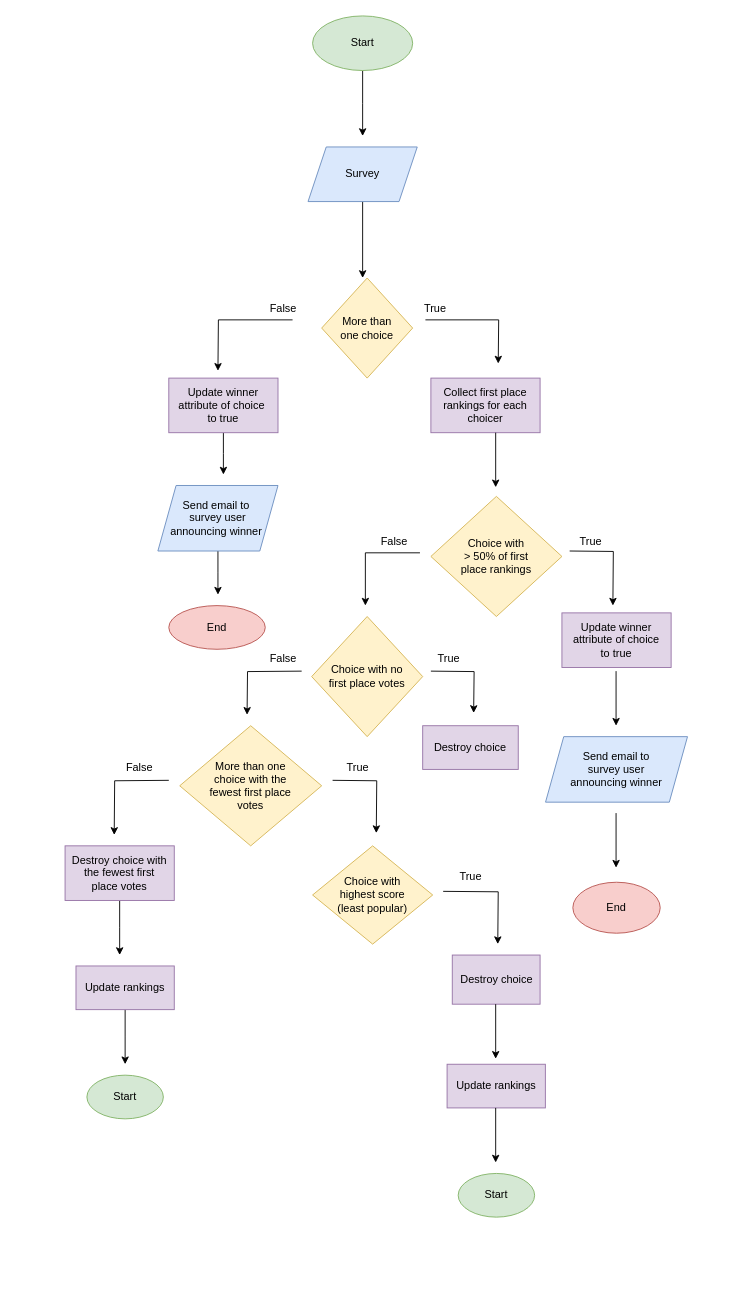
Before: Untitled Diagram.drawio in flylady2/rcs2-frontend, a draw.io diagram. Source tidied: cells renumbered, new cells numbered last; positions are measured from the earlier drawing's top-left corner, leaving out a move shared by most shapes. Both pictures are drawn from the tidied source at 91%, with x=0, y=0 at pixel (65, 15).
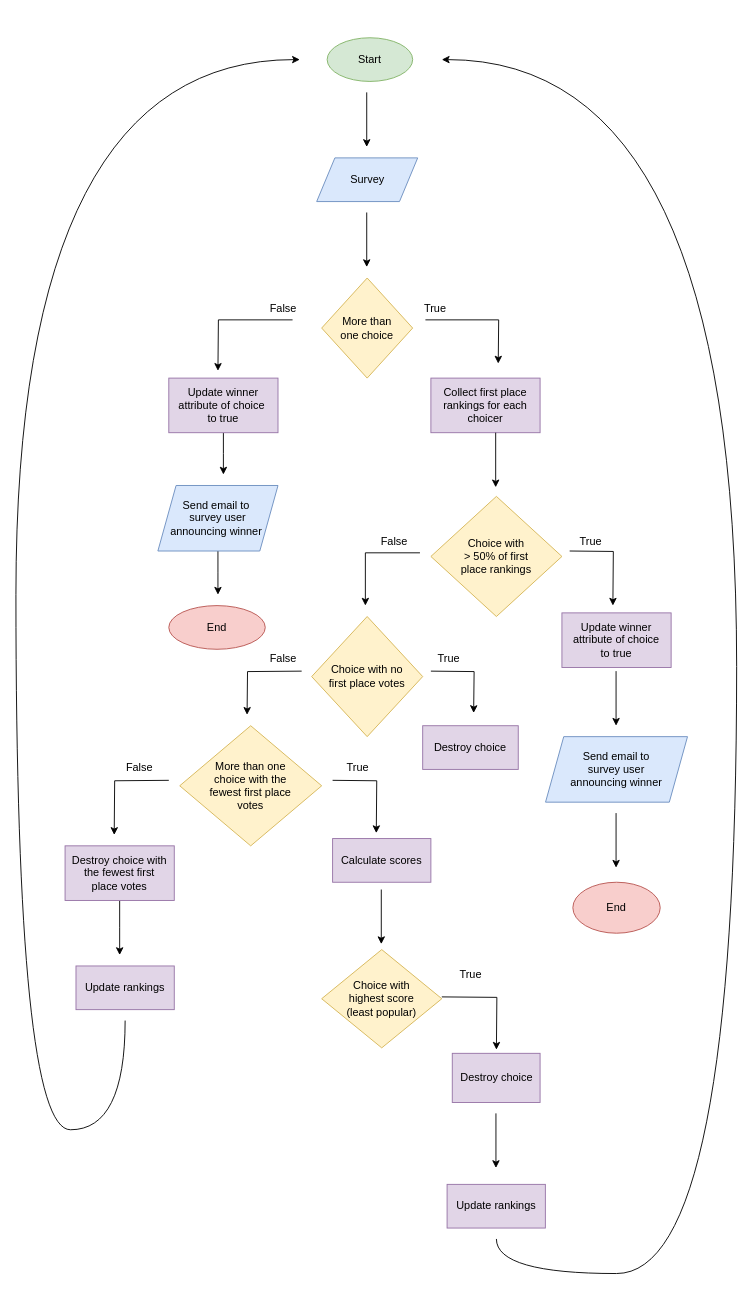
The same diagram, later.

The change refers to these unchanged cells:
```xml
<mxCell id="6" value="More than&lt;br&gt;one choice" style="rhombus;whiteSpace=wrap;html=1;fillColor=#fff2cc;strokeColor=#d6b656;" parent="1" vertex="1">
  <mxGeometry x="282" y="288" width="100" height="110" as="geometry" />
</mxCell>
<mxCell id="32" value="Update rankings" style="rounded=0;whiteSpace=wrap;html=1;fillColor=#e1d5e7;strokeColor=#9673a6;" parent="1" vertex="1">
  <mxGeometry x="12" y="1044" width="108" height="48" as="geometry" />
</mxCell>
```

The edit, as a diff of the source:
```diff
@@
-    <mxCell id="2" style="edgeStyle=orthogonalEdgeStyle;rounded=0;jettySize=auto;html=1;" parent="1" edge="1" source="3">
-      <mxGeometry relative="1" as="geometry">
-        <mxPoint x="327" y="132" as="targetPoint" />
-      </mxGeometry>
-    </mxCell>
     <mxCell id="3" value="Start" style="ellipse;whiteSpace=wrap;html=1;fillColor=#d5e8d4;strokeColor=#82b366;" parent="1" vertex="1">
-      <mxGeometry x="272" width="110" height="60" as="geometry" />
+      <mxGeometry x="288" y="24" width="94" height="48" as="geometry" />
     </mxCell>
-    <mxCell id="4" style="edgeStyle=orthogonalEdgeStyle;rounded=0;jettySize=auto;html=1;entryX=0.45;entryY=0;entryDx=0;entryDy=0;entryPerimeter=0;" parent="1" edge="1" source="5" target="6">
-      <mxGeometry relative="1" as="geometry" />
-    </mxCell>
     <mxCell id="5" value="Survey" style="shape=parallelogram;perimeter=parallelogramPerimeter;whiteSpace=wrap;html=1;fixedSize=1;fillColor=#dae8fc;strokeColor=#6c8ebf;" parent="1" vertex="1">
-      <mxGeometry x="267" y="144" width="120" height="60" as="geometry" />
+      <mxGeometry x="276.5" y="156" width="111" height="48" as="geometry" />
     </mxCell>
@@
-    <mxCell id="31" style="edgeStyle=orthogonalEdgeStyle;rounded=0;jettySize=auto;html=1;" parent="1" edge="1" source="32">
-      <mxGeometry relative="1" as="geometry">
-        <mxPoint x="66" y="1152" as="targetPoint" />
-      </mxGeometry>
-    </mxCell>
@@
-    <mxCell id="33" value="Start" style="ellipse;whiteSpace=wrap;html=1;fillColor=#d5e8d4;strokeColor=#82b366;" parent="1" vertex="1">
-      <mxGeometry x="24" y="1164" width="84" height="48" as="geometry" />
-    </mxCell>
@@
     <mxCell id="36" value="Choice with&lt;br&gt;highest score&lt;br&gt;(least popular)" style="rhombus;whiteSpace=wrap;html=1;fillColor=#fff2cc;strokeColor=#d6b656;" parent="1" vertex="1">
-      <mxGeometry x="272" y="912" width="132" height="108" as="geometry" />
+      <mxGeometry x="282" y="1026" width="132" height="108" as="geometry" />
     </mxCell>
     <mxCell id="37" style="endArrow=classic;html=1;rounded=0;edgeStyle=orthogonalEdgeStyle;" parent="1" edge="1">
       <mxGeometry relative="1" as="geometry">
-        <mxPoint x="415.5" y="962" as="sourcePoint" />
-        <mxPoint x="475.5" y="1020" as="targetPoint" />
+        <mxPoint x="414" y="1078" as="sourcePoint" />
+        <mxPoint x="474" y="1136" as="targetPoint" />
       </mxGeometry>
     </mxCell>
     <mxCell id="38" value="True" style="text;html=1;strokeColor=none;fillColor=none;align=center;verticalAlign=middle;whiteSpace=wrap;rounded=0;" parent="1" vertex="1">
-      <mxGeometry x="425.5" y="936" width="40" height="20" as="geometry" />
+      <mxGeometry x="425.5" y="1044" width="40" height="20" as="geometry" />
     </mxCell>
     <mxCell id="39" value="Destroy choice" style="rounded=0;whiteSpace=wrap;html=1;fillColor=#e1d5e7;strokeColor=#9673a6;" parent="1" vertex="1">
-      <mxGeometry x="425.5" y="1032" width="96.5" height="54" as="geometry" />
+      <mxGeometry x="425.5" y="1140" width="96.5" height="54" as="geometry" />
     </mxCell>
     <mxCell id="40" value="Update rankings" style="rounded=0;whiteSpace=wrap;html=1;fillColor=#e1d5e7;strokeColor=#9673a6;" parent="1" vertex="1">
-      <mxGeometry x="419.8" y="1152" width="108" height="48" as="geometry" />
+      <mxGeometry x="419.8" y="1284" width="108" height="48" as="geometry" />
     </mxCell>
-    <mxCell id="41" value="Start" style="ellipse;whiteSpace=wrap;html=1;fillColor=#d5e8d4;strokeColor=#82b366;" parent="1" vertex="1">
-      <mxGeometry x="432" y="1272" width="84" height="48" as="geometry" />
-    </mxCell>
     <mxCell id="42" style="edgeStyle=orthogonalEdgeStyle;rounded=0;orthogonalLoop=1;jettySize=auto;html=1;" parent="1" edge="1">
       <mxGeometry relative="1" as="geometry">
-        <mxPoint x="473.2" y="1086" as="sourcePoint" />
-        <mxPoint x="473.2" y="1146" as="targetPoint" />
+        <mxPoint x="473.5" y="1206" as="sourcePoint" />
+        <mxPoint x="473.5" y="1266" as="targetPoint" />
       </mxGeometry>
     </mxCell>
-    <mxCell id="43" style="edgeStyle=orthogonalEdgeStyle;rounded=0;orthogonalLoop=1;jettySize=auto;html=1;" parent="1" edge="1">
-      <mxGeometry relative="1" as="geometry">
-        <mxPoint x="473.2" y="1200" as="sourcePoint" />
-        <mxPoint x="473.2" y="1260" as="targetPoint" />
-      </mxGeometry>
-    </mxCell>
@@
+    <mxCell id="52" value="Calculate scores" style="rounded=0;whiteSpace=wrap;html=1;fillColor=#e1d5e7;strokeColor=#9673a6;" parent="1" vertex="1">
+      <mxGeometry x="294" y="904" width="108" height="48" as="geometry" />
+    </mxCell>
+    <mxCell id="53" style="edgeStyle=orthogonalEdgeStyle;rounded=0;orthogonalLoop=1;jettySize=auto;html=1;" parent="1" edge="1">
+      <mxGeometry relative="1" as="geometry">
+        <mxPoint x="347.5" y="960" as="sourcePoint" />
+        <mxPoint x="347.5" y="1020" as="targetPoint" />
+      </mxGeometry>
+    </mxCell>
+    <mxCell id="54" style="edgeStyle=orthogonalEdgeStyle;rounded=0;orthogonalLoop=1;jettySize=auto;html=1;" parent="1" edge="1">
+      <mxGeometry relative="1" as="geometry">
+        <mxPoint x="331.5" y="216" as="sourcePoint" />
+        <mxPoint x="331.5" y="276" as="targetPoint" />
+      </mxGeometry>
+    </mxCell>
+    <mxCell id="55" style="edgeStyle=orthogonalEdgeStyle;rounded=0;orthogonalLoop=1;jettySize=auto;html=1;" parent="1" edge="1">
+      <mxGeometry relative="1" as="geometry">
+        <mxPoint x="331.5" y="84" as="sourcePoint" />
+        <mxPoint x="331.5" y="144" as="targetPoint" />
+      </mxGeometry>
+    </mxCell>
+    <mxCell id="56" style="curved=1;endArrow=classic;html=1;rounded=0;edgeStyle=orthogonalEdgeStyle;" parent="1" edge="1">
+      <mxGeometry relative="1" as="geometry">
+        <mxPoint x="66" y="1104" as="sourcePoint" />
+        <mxPoint x="258" y="48" as="targetPoint" />
+        <Array as="points">
+          <mxPoint x="66" y="1224" />
+          <mxPoint x="-54" y="1224" />
+          <mxPoint x="-54" y="48" />
+        </Array>
+      </mxGeometry>
+    </mxCell>
+    <mxCell id="57" style="curved=1;endArrow=classic;html=1;rounded=0;edgeStyle=orthogonalEdgeStyle;" parent="1" edge="1">
+      <mxGeometry relative="1" as="geometry">
+        <mxPoint x="474" y="1344" as="sourcePoint" />
+        <mxPoint x="414" y="48" as="targetPoint" />
+        <Array as="points">
+          <mxPoint x="474" y="1382" />
+          <mxPoint x="738" y="1382" />
+          <mxPoint x="738" y="48" />
+        </Array>
+      </mxGeometry>
+    </mxCell>
```
